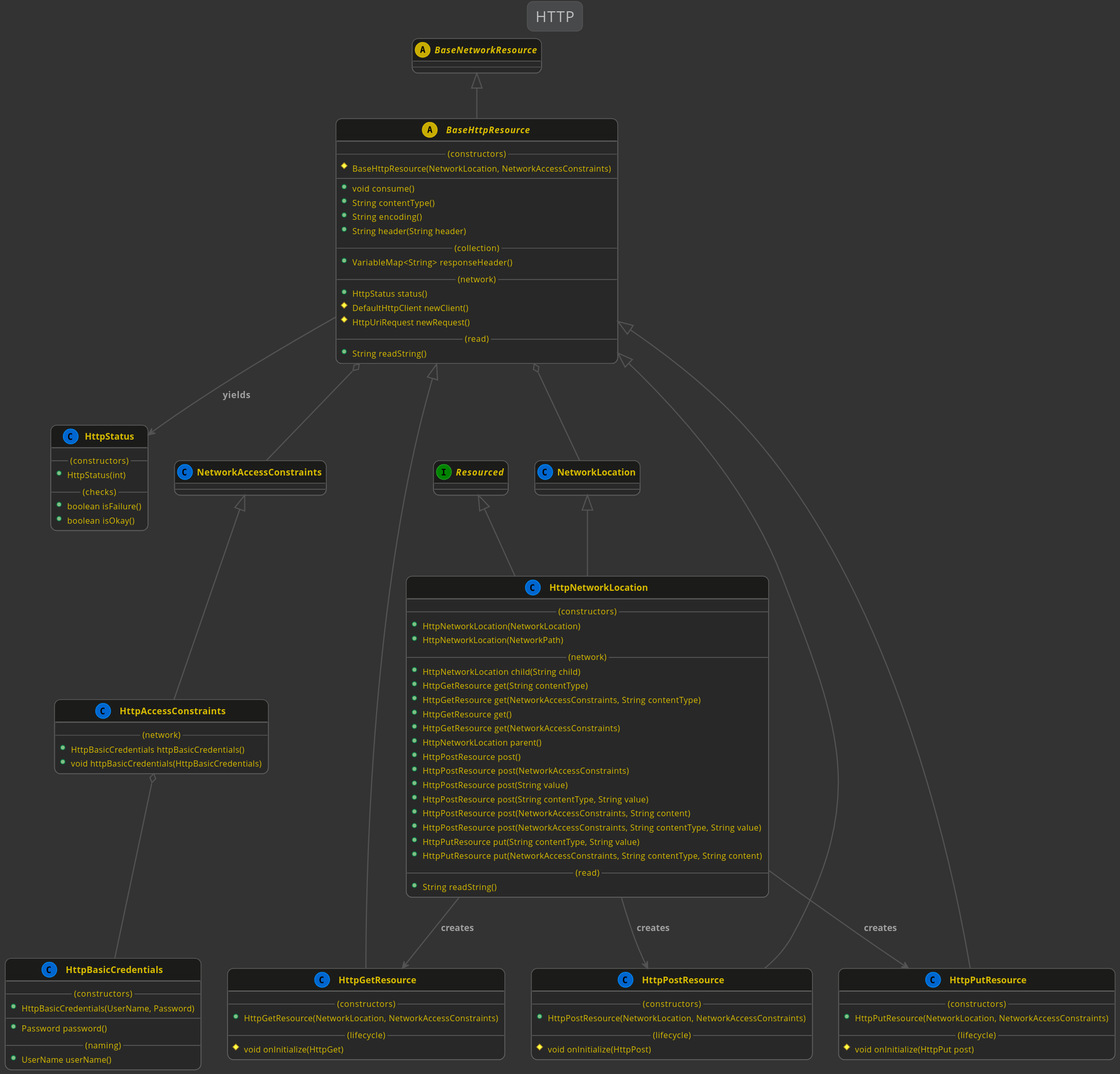
Before: kivakit-core/network/http/documentation/diagrams/diagram-http.svg, a diagram exported from PlantUML (Telenav/kivakit).
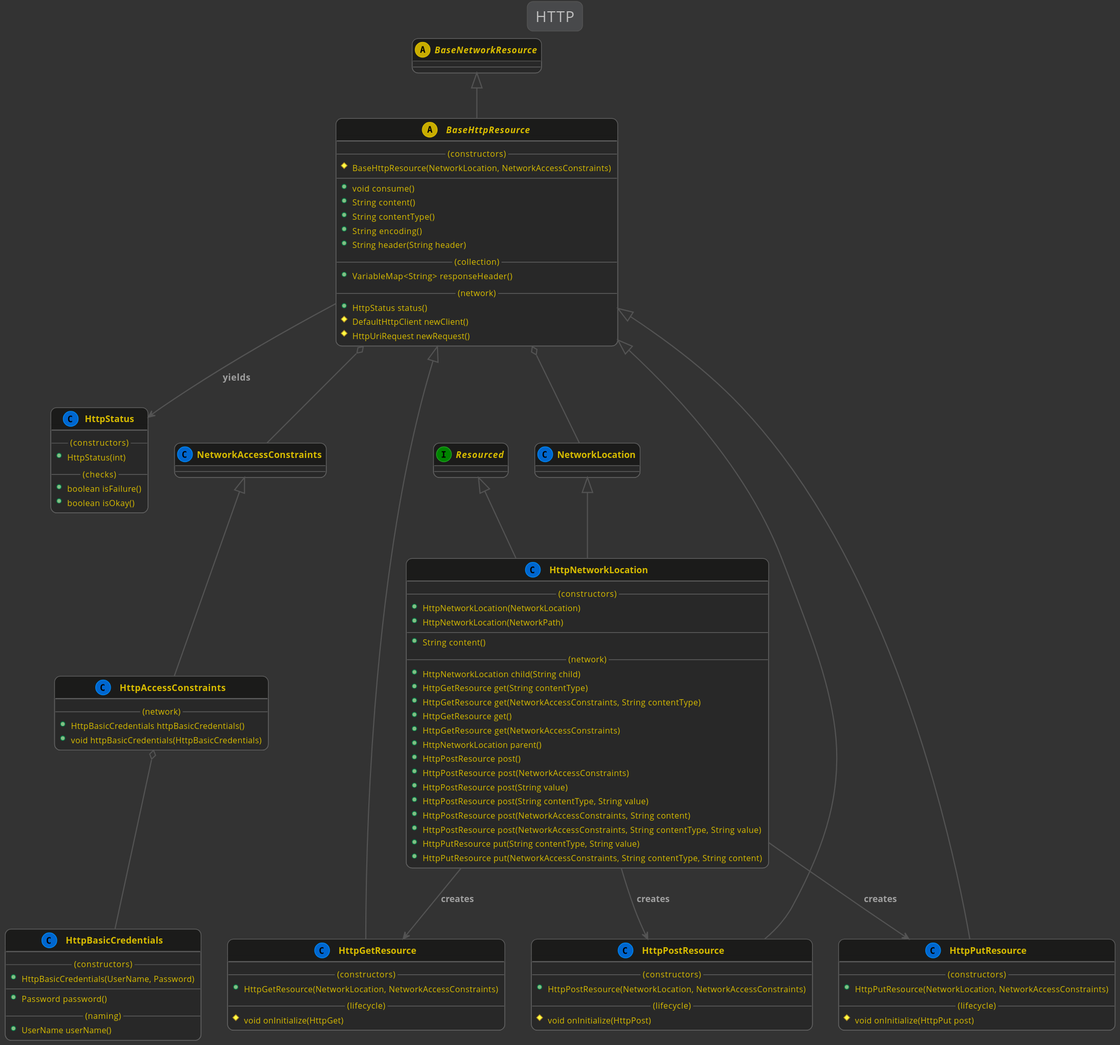
After the commit.

What changed in the source:
```diff
@@ -19,6 +19,7 @@
         #BaseHttpResource(NetworkLocation, NetworkAccessConstraints)
         --
         +void consume()
+        +String content()
         +String contentType()
         +String encoding()
         +String header(String header)
@@ -28,8 +29,6 @@
         +HttpStatus status()
         #DefaultHttpClient newClient()
         #HttpUriRequest newRequest()
-        --(read)--
-        +String readString()
     }
 
     NetworkAccessConstraints <|-- HttpAccessConstraints
@@ -70,6 +69,8 @@
         --(constructors)--
         +HttpNetworkLocation(NetworkLocation)
         +HttpNetworkLocation(NetworkPath)
+        --
+        +String content()
         --(network)--
         +HttpNetworkLocation child(String child)
         +HttpGetResource get(String contentType)
@@ -85,8 +86,6 @@
         +HttpPostResource post(NetworkAccessConstraints, String contentType, String value)
         +HttpPutResource put(String contentType, String value)
         +HttpPutResource put(NetworkAccessConstraints, String contentType, String content)
-        --(read)--
-        +String readString()
     }
 
     BaseHttpResource <|-- HttpPostResource
```
